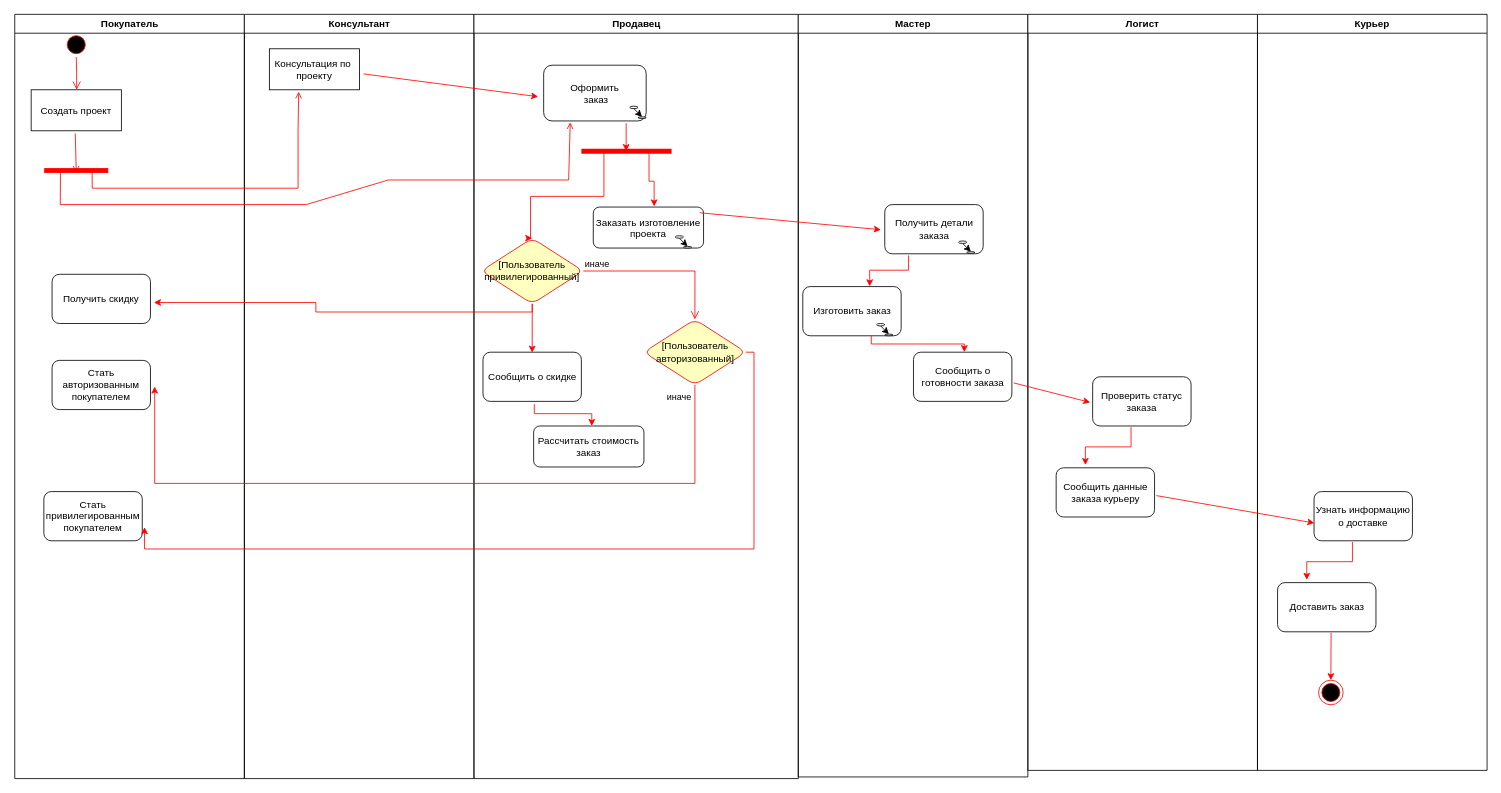
Above: activity diagram.drawio in shatanov/IT-exams (draw.io), before the change. Source tidied: cells renumbered, new cells numbered last; positions are measured from the earlier drawing's top-left corner, leaving out a move shared by most shapes. Both pictures are drawn from the tidied source at 82%, with x=0, y=0 at pixel (14, 14).
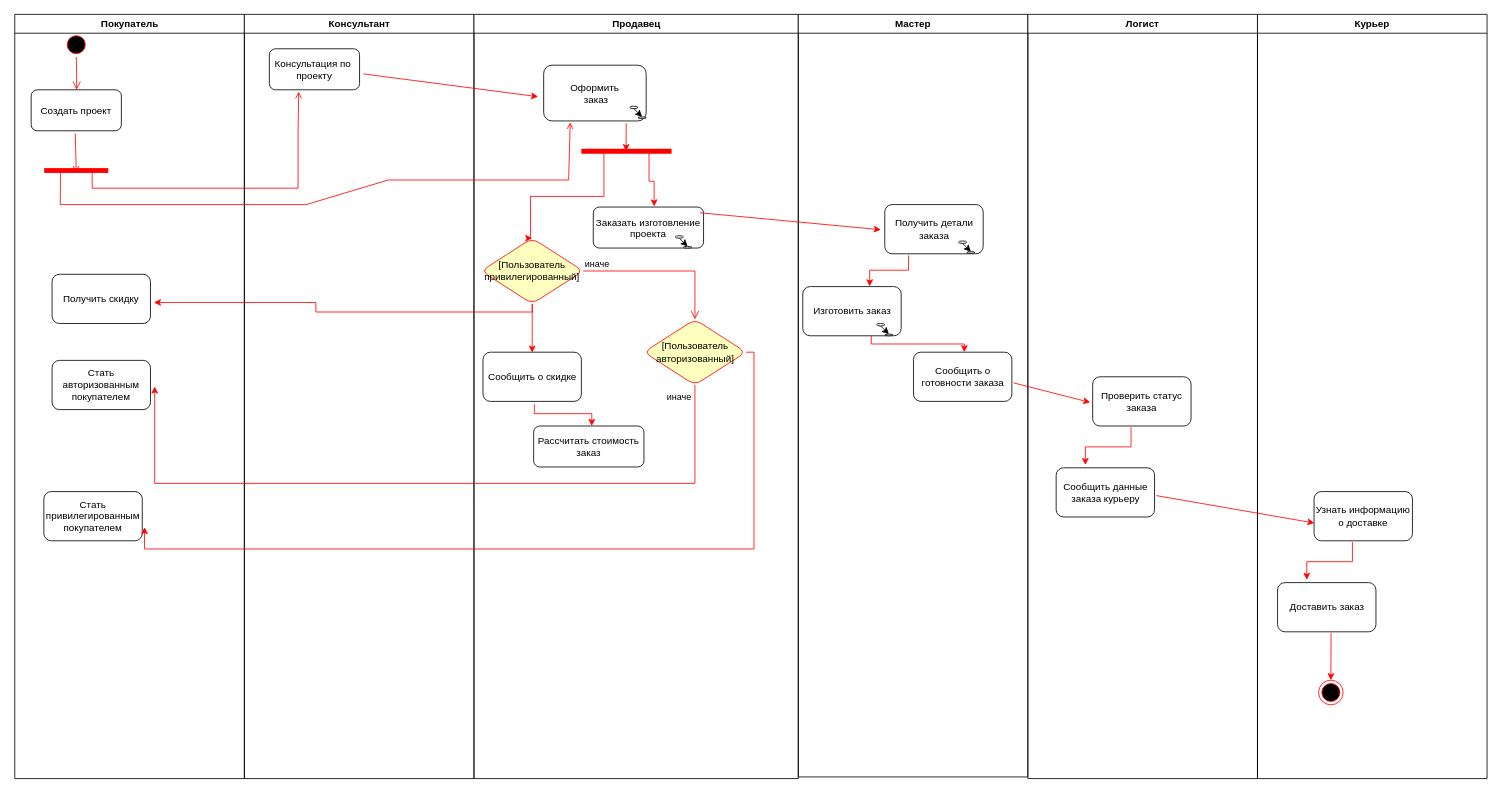
The same diagram, later.

The change refers to these unchanged cells:
```xml
<mxCell id="2" value="Покупатель" style="swimlane;whiteSpace=wrap;startSize=23;" parent="1" vertex="1">
  <mxGeometry x="0.5" width="280" height="932" as="geometry" />
</mxCell>
<mxCell id="11" value="Консультант" style="swimlane;whiteSpace=wrap;" parent="1" vertex="1">
  <mxGeometry x="280.5" width="280" height="932" as="geometry" />
</mxCell>
```

Diff of the diagram source:
```diff
@@
-    <mxCell id="5" value="Создать проект" parent="2" vertex="1">
+    <mxCell id="5" value="Создать проект" style="rounded=1;" parent="2" vertex="1">
       <mxGeometry x="20" y="92" width="110" height="50" as="geometry" />
     </mxCell>
@@
-    <mxCell id="12" value="Консультация по &#10;проекту" parent="11" vertex="1">
+    <mxCell id="12" value="Консультация по &#10;проекту" style="rounded=1;" parent="11" vertex="1">
       <mxGeometry x="30.5" y="42" width="110" height="50" as="geometry" />
     </mxCell>
@@
     <mxCell id="48" value="Логист" style="swimlane;whiteSpace=wrap;" parent="1" vertex="1">
-      <mxGeometry x="1236" width="280" height="922" as="geometry" />
+      <mxGeometry x="1236" width="280" height="932" as="geometry" />
     </mxCell>
@@
     <mxCell id="52" value="Курьер" style="swimlane;whiteSpace=wrap;" parent="1" vertex="1">
-      <mxGeometry x="1516" width="280" height="922" as="geometry" />
+      <mxGeometry x="1516" width="280" height="932" as="geometry" />
     </mxCell>
```
